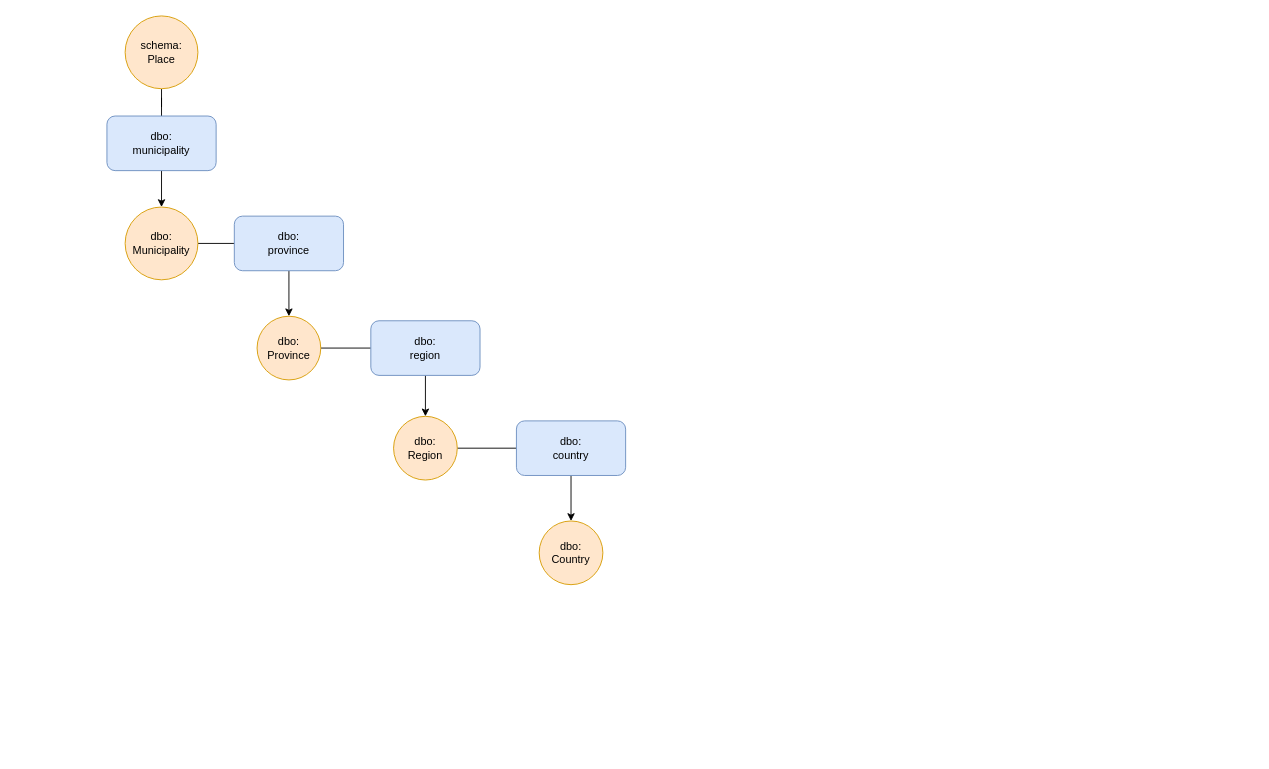
CLARIAH/burgerLinker keeps this draw.io diagram as assets/schema/proposal/burgerLinker-schema-proposal.drawio. Above is the earlier version. Source tidied: cells renumbered, new cells numbered last; positions are measured from the earlier drawing's top-left corner, leaving out a move shared by most shapes. Both pictures are drawn from the tidied source at 91%, with x=0, y=0 at pixel (106, 15).
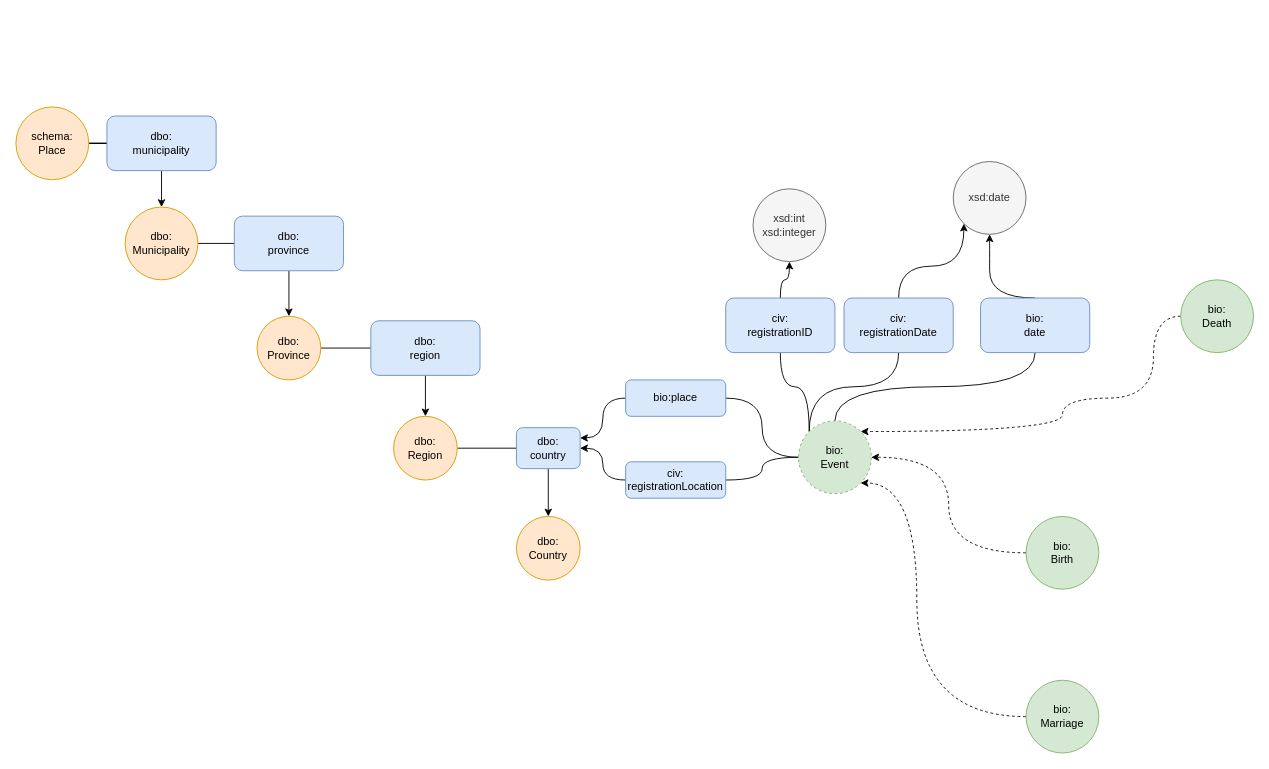
The same page after the edit.

Commit message:
Generic events part added

The edit, as a diff of the source:
```diff
@@
     <mxCell id="3" value="schema:&lt;br&gt;Place" style="ellipse;whiteSpace=wrap;html=1;fillColor=#ffe6cc;strokeColor=#d79b00;" parent="1" vertex="1">
-      <mxGeometry x="20" width="80" height="80" as="geometry" />
+      <mxGeometry x="-100" y="100" width="80" height="80" as="geometry" />
     </mxCell>
@@
     <mxCell id="17" value="dbo:&lt;br&gt;country" style="rounded=1;whiteSpace=wrap;html=1;fillColor=#dae8fc;strokeColor=#6c8ebf;" parent="1" vertex="1">
-      <mxGeometry x="450" y="445" width="120" height="60" as="geometry" />
+      <mxGeometry x="450" y="452.5" width="70" height="45" as="geometry" />
     </mxCell>
     <mxCell id="18" value="dbo:&lt;br&gt;Country" style="ellipse;whiteSpace=wrap;html=1;fillColor=#ffe6cc;strokeColor=#d79b00;" parent="1" vertex="1">
-      <mxGeometry x="475" y="555" width="70" height="70" as="geometry" />
+      <mxGeometry x="450" y="550" width="70" height="70" as="geometry" />
     </mxCell>
+    <mxCell id="19" style="edgeStyle=orthogonalEdgeStyle;curved=1;jettySize=auto;html=1;exitX=0.5;exitY=0;exitDx=0;exitDy=0;entryX=0.5;entryY=1;entryDx=0;entryDy=0;endArrow=none;endFill=0;" parent="1" edge="1" source="24" target="34">
+      <mxGeometry relative="1" as="geometry" />
+    </mxCell>
+    <mxCell id="20" style="edgeStyle=orthogonalEdgeStyle;curved=1;jettySize=auto;html=1;exitX=0;exitY=0;exitDx=0;exitDy=0;endArrow=none;endFill=0;" parent="1" edge="1" source="24" target="36">
+      <mxGeometry relative="1" as="geometry" />
+    </mxCell>
+    <mxCell id="21" style="edgeStyle=orthogonalEdgeStyle;curved=1;jettySize=auto;html=1;exitX=0;exitY=0;exitDx=0;exitDy=0;endArrow=none;endFill=0;" parent="1" edge="1" source="24" target="38">
+      <mxGeometry relative="1" as="geometry" />
+    </mxCell>
+    <mxCell id="22" style="edgeStyle=orthogonalEdgeStyle;curved=1;jettySize=auto;html=1;exitX=0;exitY=0.5;exitDx=0;exitDy=0;entryX=1;entryY=0.5;entryDx=0;entryDy=0;endArrow=none;endFill=0;" parent="1" edge="1" source="24" target="40">
+      <mxGeometry relative="1" as="geometry" />
+    </mxCell>
+    <mxCell id="23" style="edgeStyle=orthogonalEdgeStyle;curved=1;jettySize=auto;html=1;exitX=0;exitY=0.5;exitDx=0;exitDy=0;entryX=1;entryY=0.5;entryDx=0;entryDy=0;endArrow=none;endFill=0;" parent="1" edge="1" source="24" target="42">
+      <mxGeometry relative="1" as="geometry" />
+    </mxCell>
+    <mxCell id="24" value="bio:&lt;br&gt;Event" style="ellipse;whiteSpace=wrap;html=1;fillColor=#d5e8d4;strokeColor=#82b366;dashed=1;" parent="1" vertex="1">
+      <mxGeometry x="760" y="445" width="80" height="80" as="geometry" />
+    </mxCell>
+    <mxCell id="25" style="edgeStyle=orthogonalEdgeStyle;curved=1;jettySize=auto;html=1;exitX=0;exitY=0.5;exitDx=0;exitDy=0;dashed=1;entryX=1;entryY=1;entryDx=0;entryDy=0;" parent="1" edge="1" source="26" target="24">
+      <mxGeometry relative="1" as="geometry">
+        <Array as="points">
+          <mxPoint x="890" y="770" />
+          <mxPoint x="890" y="513" />
+        </Array>
+      </mxGeometry>
+    </mxCell>
+    <mxCell id="26" value="bio:&lt;br&gt;Marriage" style="ellipse;whiteSpace=wrap;html=1;fillColor=#d5e8d4;strokeColor=#82b366;" parent="1" vertex="1">
+      <mxGeometry x="1010" y="730" width="80" height="80" as="geometry" />
+    </mxCell>
+    <mxCell id="27" style="edgeStyle=orthogonalEdgeStyle;curved=1;jettySize=auto;html=1;exitX=0;exitY=0.5;exitDx=0;exitDy=0;entryX=1;entryY=0.5;entryDx=0;entryDy=0;dashed=1;" parent="1" edge="1" source="28" target="24">
+      <mxGeometry relative="1" as="geometry" />
+    </mxCell>
+    <mxCell id="28" value="bio:&lt;br&gt;Birth" style="ellipse;whiteSpace=wrap;html=1;fillColor=#d5e8d4;strokeColor=#82b366;" parent="1" vertex="1">
+      <mxGeometry x="1010" y="550" width="80" height="80" as="geometry" />
+    </mxCell>
+    <mxCell id="29" style="edgeStyle=orthogonalEdgeStyle;jettySize=auto;html=1;exitX=0;exitY=0.5;exitDx=0;exitDy=0;curved=1;dashed=1;entryX=1;entryY=0;entryDx=0;entryDy=0;" parent="1" edge="1" source="30" target="24">
+      <mxGeometry relative="1" as="geometry">
+        <Array as="points">
+          <mxPoint x="1150" y="330" />
+          <mxPoint x="1150" y="420" />
+          <mxPoint x="1050" y="420" />
+          <mxPoint x="1050" y="457" />
+        </Array>
+      </mxGeometry>
+    </mxCell>
+    <mxCell id="30" value="bio:&lt;br&gt;Death" style="ellipse;whiteSpace=wrap;html=1;fillColor=#d5e8d4;strokeColor=#82b366;" parent="1" vertex="1">
+      <mxGeometry x="1180" y="290" width="80" height="80" as="geometry" />
+    </mxCell>
+    <mxCell id="31" value="xsd:int&lt;br&gt;xsd:integer" style="ellipse;whiteSpace=wrap;html=1;fillColor=#f5f5f5;strokeColor=#666666;fontColor=#333333;" parent="1" vertex="1">
+      <mxGeometry x="710" y="190" width="80" height="80" as="geometry" />
+    </mxCell>
+    <mxCell id="32" value="xsd:date" style="ellipse;whiteSpace=wrap;html=1;fillColor=#f5f5f5;strokeColor=#666666;fontColor=#333333;" parent="1" vertex="1">
+      <mxGeometry x="930" y="160" width="80" height="80" as="geometry" />
+    </mxCell>
+    <mxCell id="33" style="edgeStyle=orthogonalEdgeStyle;curved=1;jettySize=auto;html=1;exitX=0.5;exitY=0;exitDx=0;exitDy=0;entryX=0.5;entryY=1;entryDx=0;entryDy=0;endArrow=classic;endFill=1;" parent="1" edge="1" source="34" target="32">
+      <mxGeometry relative="1" as="geometry">
+        <Array as="points">
+          <mxPoint x="970" y="250" />
+          <mxPoint x="970" y="250" />
+        </Array>
+      </mxGeometry>
+    </mxCell>
+    <mxCell id="34" value="bio:&lt;br&gt;date" style="rounded=1;whiteSpace=wrap;html=1;fillColor=#dae8fc;strokeColor=#6c8ebf;" parent="1" vertex="1">
+      <mxGeometry x="960" y="310" width="120" height="60" as="geometry" />
+    </mxCell>
+    <mxCell id="35" style="edgeStyle=orthogonalEdgeStyle;curved=1;jettySize=auto;html=1;exitX=0.5;exitY=0;exitDx=0;exitDy=0;entryX=0;entryY=1;entryDx=0;entryDy=0;endArrow=classic;endFill=1;" parent="1" edge="1" source="36" target="32">
+      <mxGeometry relative="1" as="geometry" />
+    </mxCell>
+    <mxCell id="36" value="civ:&lt;br&gt;registrationDate" style="rounded=1;whiteSpace=wrap;html=1;fillColor=#dae8fc;strokeColor=#6c8ebf;" parent="1" vertex="1">
+      <mxGeometry x="810" y="310" width="120" height="60" as="geometry" />
+    </mxCell>
+    <mxCell id="37" style="edgeStyle=orthogonalEdgeStyle;curved=1;jettySize=auto;html=1;exitX=0.5;exitY=0;exitDx=0;exitDy=0;entryX=0.5;entryY=1;entryDx=0;entryDy=0;endArrow=classic;endFill=1;" parent="1" edge="1" source="38" target="31">
+      <mxGeometry relative="1" as="geometry" />
+    </mxCell>
+    <mxCell id="38" value="civ:&lt;br&gt;registrationID" style="rounded=1;whiteSpace=wrap;html=1;fillColor=#dae8fc;strokeColor=#6c8ebf;" parent="1" vertex="1">
+      <mxGeometry x="680" y="310" width="120" height="60" as="geometry" />
+    </mxCell>
+    <mxCell id="39" style="edgeStyle=orthogonalEdgeStyle;curved=1;jettySize=auto;html=1;exitX=0;exitY=0.5;exitDx=0;exitDy=0;entryX=1;entryY=0.25;entryDx=0;entryDy=0;endArrow=classic;endFill=1;" parent="1" edge="1" source="40" target="17">
+      <mxGeometry relative="1" as="geometry" />
+    </mxCell>
+    <mxCell id="40" value="bio:place" style="rounded=1;whiteSpace=wrap;html=1;fillColor=#dae8fc;strokeColor=#6c8ebf;" parent="1" vertex="1">
+      <mxGeometry x="570" y="400" width="110" height="40" as="geometry" />
+    </mxCell>
+    <mxCell id="41" style="edgeStyle=orthogonalEdgeStyle;curved=1;jettySize=auto;html=1;exitX=0;exitY=0.5;exitDx=0;exitDy=0;entryX=1;entryY=0.5;entryDx=0;entryDy=0;endArrow=classic;endFill=1;" parent="1" edge="1" source="42" target="17">
+      <mxGeometry relative="1" as="geometry" />
+    </mxCell>
+    <mxCell id="42" value="civ:&lt;br&gt;registrationLocation" style="rounded=1;whiteSpace=wrap;html=1;fillColor=#dae8fc;strokeColor=#6c8ebf;" parent="1" vertex="1">
+      <mxGeometry x="570" y="490" width="110" height="40" as="geometry" />
+    </mxCell>
```
